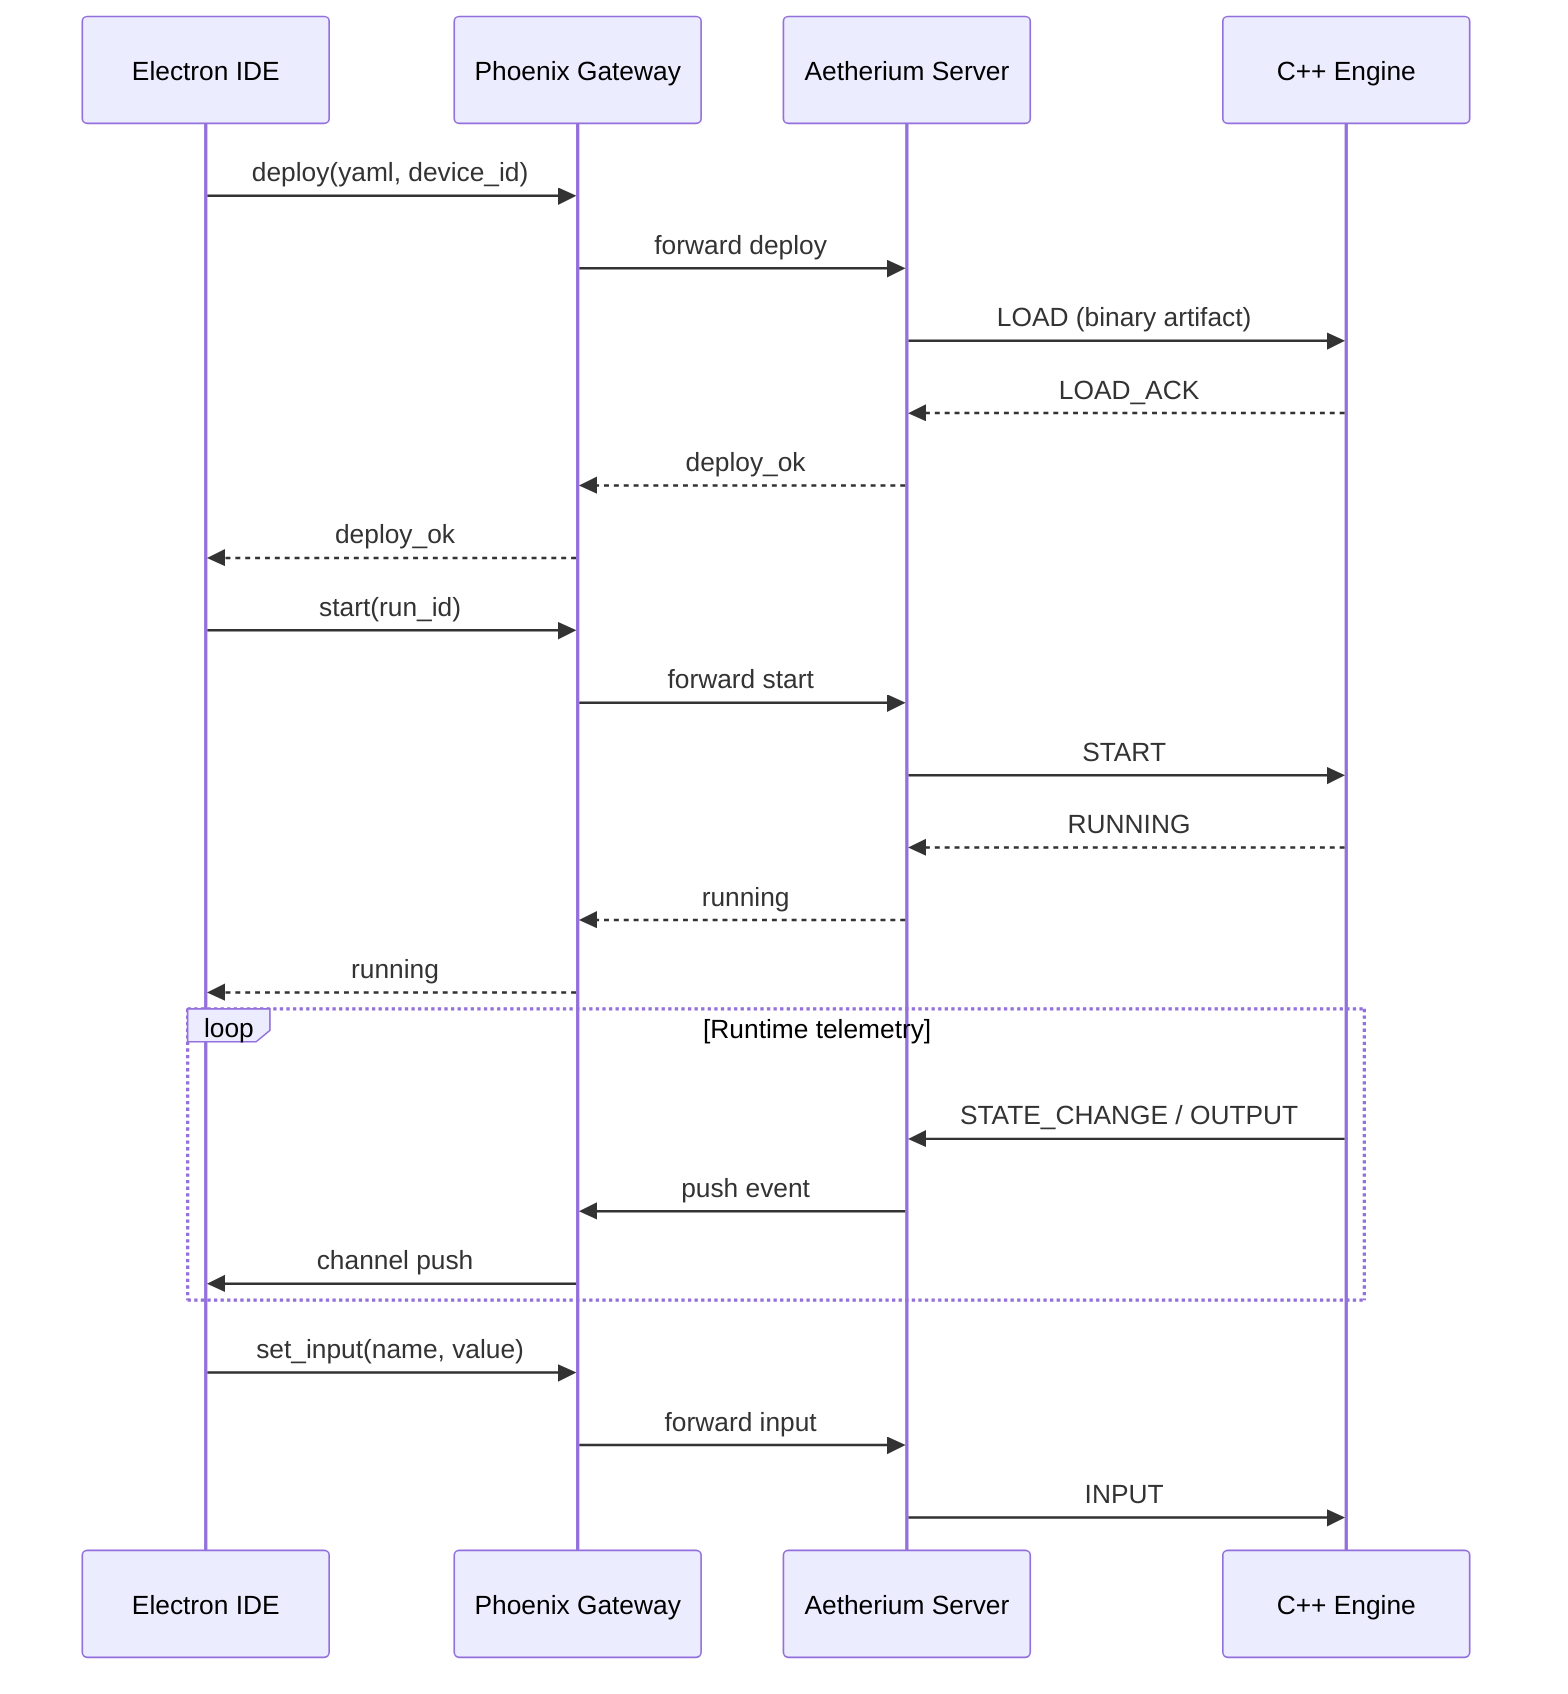
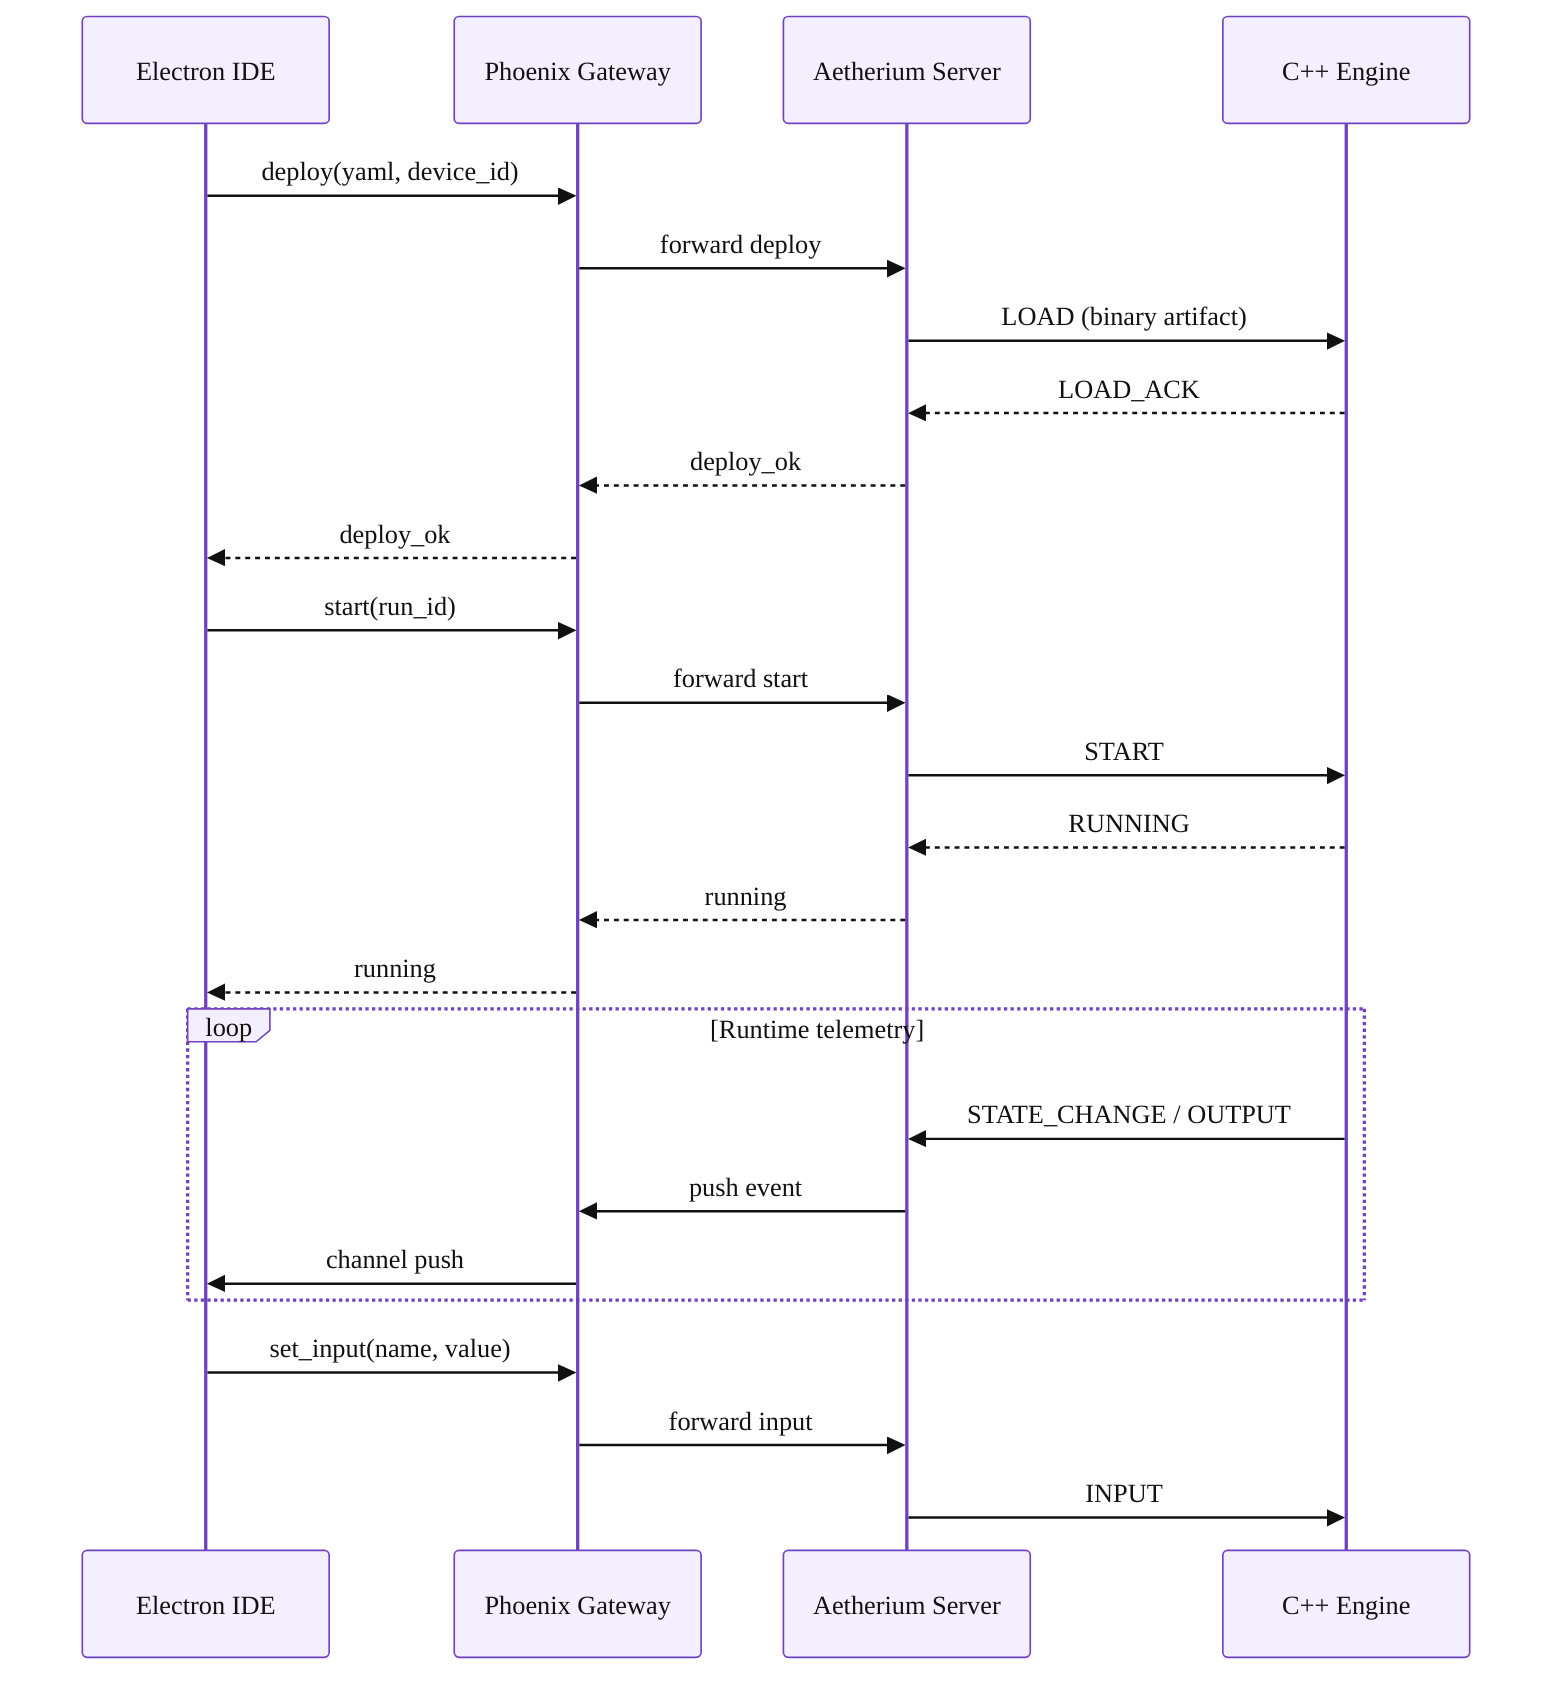
+ %%{init: {"theme": "base", "themeVariables": {"fontFamily": "Helvetica, Arial, sans-serif", "fontSize": "14px", "primaryColor": "#f4efff", "primaryTextColor": "#111111", "primaryBorderColor": "#6f42c1", "lineColor": "#111111", "secondaryColor": "#fff2b8", "secondaryBorderColor": "#111111", "tertiaryColor": "#fff9dc", "tertiaryBorderColor": "#111111", "clusterBkg": "#fff2b8", "clusterBorder": "#111111", "actorBkg": "#f4efff", "actorBorder": "#6f42c1", "actorTextColor": "#111111", "noteBkgColor": "#fff2b8", "noteBorderColor": "#111111", "activationBkgColor": "#f4efff", "activationBorderColor": "#6f42c1"}}}%%
sequenceDiagram
    participant IDE as Electron IDE
    participant GW as Phoenix Gateway
    participant SRV as Aetherium Server
    participant DEV as C++ Engine

    IDE->>GW: deploy(yaml, device_id)
    GW->>SRV: forward deploy
    SRV->>DEV: LOAD (binary artifact)
    DEV-->>SRV: LOAD_ACK
    SRV-->>GW: deploy_ok
    GW-->>IDE: deploy_ok

    IDE->>GW: start(run_id)
    GW->>SRV: forward start
    SRV->>DEV: START
    DEV-->>SRV: RUNNING
    SRV-->>GW: running
    GW-->>IDE: running

    loop Runtime telemetry
        DEV->>SRV: STATE_CHANGE / OUTPUT
        SRV->>GW: push event
        GW->>IDE: channel push
    end

    IDE->>GW: set_input(name, value)
    GW->>SRV: forward input
    SRV->>DEV: INPUT
